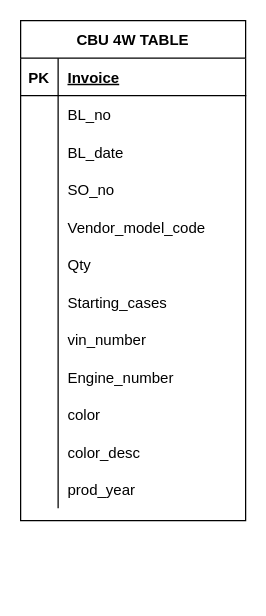
This is CBU 4W Table.drawio from 1000pilar/import-system-ii, a draw.io file, before an edit. Source tidied: cells renumbered, new cells numbered last; positions are measured from the earlier drawing's top-left corner, leaving out a move shared by most shapes. Both pictures are drawn from the tidied source at 125%, with x=0, y=0 at pixel (20, 20).
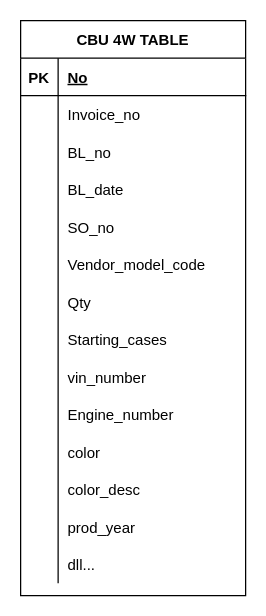
The same page after the edit.

The change refers to these unchanged cells:
```xml
<mxCell id="3" style="shape=partialRectangle;fillColor=none;top=0;left=0;bottom=1;right=0;" parent="2" vertex="1">
  <mxGeometry y="30" width="180" height="30" as="geometry" />
</mxCell>
<mxCell id="6" style="shape=partialRectangle;fillColor=none;top=0;left=0;bottom=0;right=0;" parent="2" vertex="1">
  <mxGeometry y="60" width="180" height="30" as="geometry" />
</mxCell>
```

Change to the diagram source:
```diff
@@
     <mxCell id="2" value="CBU 4W TABLE" style="shape=table;startSize=30;childLayout=tableLayout;rowLines=0;fontStyle=1;align=center;" parent="1" vertex="1">
-      <mxGeometry width="180" height="400" as="geometry" />
+      <mxGeometry width="180" height="460" as="geometry" />
     </mxCell>
@@
-    <mxCell id="5" value="Invoice" style="shape=partialRectangle;fillColor=none;top=0;left=0;bottom=0;right=0;align=left;spacingLeft=6;fontStyle=5;overflow=hidden;" parent="3" vertex="1">
+    <mxCell id="5" value="No" style="shape=partialRectangle;fillColor=none;top=0;left=0;bottom=0;right=0;align=left;spacingLeft=6;fontStyle=5;overflow=hidden;" parent="3" vertex="1">
       <mxGeometry x="30" width="150" height="30" as="geometry" />
     </mxCell>
@@
-    <mxCell id="8" value="BL_no" style="shape=partialRectangle;fillColor=none;top=0;left=0;bottom=0;right=0;align=left;spacingLeft=6;overflow=hidden;" parent="6" vertex="1">
+    <mxCell id="8" value="Invoice_no" style="shape=partialRectangle;fillColor=none;top=0;left=0;bottom=0;right=0;align=left;spacingLeft=6;overflow=hidden;" parent="6" vertex="1">
       <mxGeometry x="30" width="150" height="30" as="geometry" />
     </mxCell>
+    <mxCell id="39" style="shape=partialRectangle;fillColor=none;top=0;left=0;bottom=0;right=0;" parent="2" vertex="1">
+      <mxGeometry y="90" width="180" height="30" as="geometry" />
+    </mxCell>
+    <mxCell id="40" style="shape=partialRectangle;fillColor=none;top=0;left=0;bottom=0;right=0;overflow=hidden;" parent="39" vertex="1">
+      <mxGeometry width="30" height="30" as="geometry" />
+    </mxCell>
+    <mxCell id="41" value="BL_no" style="shape=partialRectangle;fillColor=none;top=0;left=0;bottom=0;right=0;align=left;spacingLeft=6;overflow=hidden;" parent="39" vertex="1">
+      <mxGeometry x="30" width="150" height="30" as="geometry" />
+    </mxCell>
     <mxCell id="9" style="shape=partialRectangle;fillColor=none;top=0;left=0;bottom=0;right=0;" parent="2" vertex="1">
-      <mxGeometry y="90" width="180" height="30" as="geometry" />
+      <mxGeometry y="120" width="180" height="30" as="geometry" />
     </mxCell>
@@
     <mxCell id="12" style="shape=partialRectangle;fillColor=none;top=0;left=0;bottom=0;right=0;" parent="2" vertex="1">
-      <mxGeometry y="120" width="180" height="30" as="geometry" />
+      <mxGeometry y="150" width="180" height="30" as="geometry" />
     </mxCell>
@@
     <mxCell id="15" style="shape=partialRectangle;fillColor=none;top=0;left=0;bottom=0;right=0;" parent="2" vertex="1">
-      <mxGeometry y="150" width="180" height="30" as="geometry" />
+      <mxGeometry y="180" width="180" height="30" as="geometry" />
     </mxCell>
@@
     <mxCell id="18" style="shape=partialRectangle;fillColor=none;top=0;left=0;bottom=0;right=0;" parent="2" vertex="1">
-      <mxGeometry y="180" width="180" height="30" as="geometry" />
+      <mxGeometry y="210" width="180" height="30" as="geometry" />
     </mxCell>
@@
     <mxCell id="21" style="shape=partialRectangle;fillColor=none;top=0;left=0;bottom=0;right=0;" parent="2" vertex="1">
-      <mxGeometry y="210" width="180" height="30" as="geometry" />
+      <mxGeometry y="240" width="180" height="30" as="geometry" />
     </mxCell>
@@
     <mxCell id="24" style="shape=partialRectangle;fillColor=none;top=0;left=0;bottom=0;right=0;" parent="2" vertex="1">
-      <mxGeometry y="240" width="180" height="30" as="geometry" />
+      <mxGeometry y="270" width="180" height="30" as="geometry" />
     </mxCell>
@@
     <mxCell id="27" style="shape=partialRectangle;fillColor=none;top=0;left=0;bottom=0;right=0;" parent="2" vertex="1">
-      <mxGeometry y="270" width="180" height="30" as="geometry" />
+      <mxGeometry y="300" width="180" height="30" as="geometry" />
     </mxCell>
@@
     <mxCell id="30" style="shape=partialRectangle;fillColor=none;top=0;left=0;bottom=0;right=0;" parent="2" vertex="1">
-      <mxGeometry y="300" width="180" height="30" as="geometry" />
+      <mxGeometry y="330" width="180" height="30" as="geometry" />
     </mxCell>
@@
     <mxCell id="33" style="shape=partialRectangle;fillColor=none;top=0;left=0;bottom=0;right=0;" parent="2" vertex="1">
-      <mxGeometry y="330" width="180" height="30" as="geometry" />
+      <mxGeometry y="360" width="180" height="30" as="geometry" />
     </mxCell>
@@
     <mxCell id="36" style="shape=partialRectangle;fillColor=none;top=0;left=0;bottom=0;right=0;" parent="2" vertex="1">
-      <mxGeometry y="360" width="180" height="30" as="geometry" />
+      <mxGeometry y="390" width="180" height="30" as="geometry" />
     </mxCell>
@@
+    <mxCell id="42" style="shape=partialRectangle;fillColor=none;top=0;left=0;bottom=0;right=0;" parent="2" vertex="1">
+      <mxGeometry y="420" width="180" height="30" as="geometry" />
+    </mxCell>
+    <mxCell id="43" style="shape=partialRectangle;fillColor=none;top=0;left=0;bottom=0;right=0;overflow=hidden;" parent="42" vertex="1">
+      <mxGeometry width="30" height="30" as="geometry" />
+    </mxCell>
+    <mxCell id="44" value="dll..." style="shape=partialRectangle;fillColor=none;top=0;left=0;bottom=0;right=0;align=left;spacingLeft=6;overflow=hidden;" parent="42" vertex="1">
+      <mxGeometry x="30" width="150" height="30" as="geometry" />
+    </mxCell>
```
